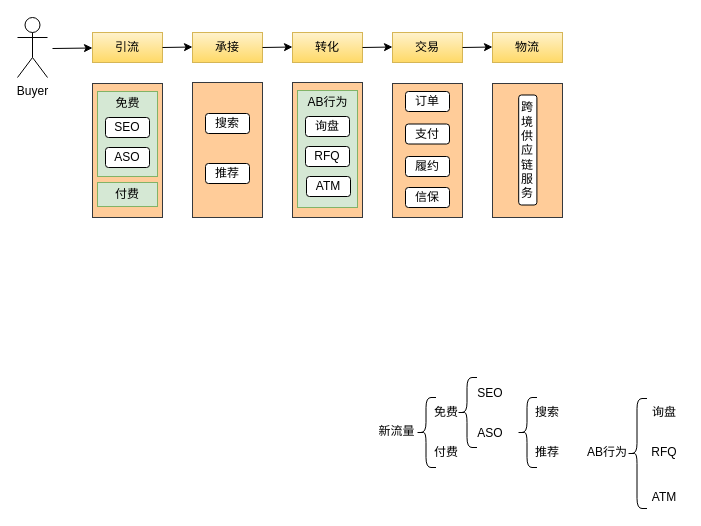
Earlier version of the draw.io diagram ICBU业务1.drawio (kdoclg/git_study). Source tidied: cells renumbered, new cells numbered last; positions are measured from the earlier drawing's top-left corner, leaving out a move shared by most shapes. Both pictures are drawn from the tidied source at 100%, with x=0, y=0 at pixel (17, 17).
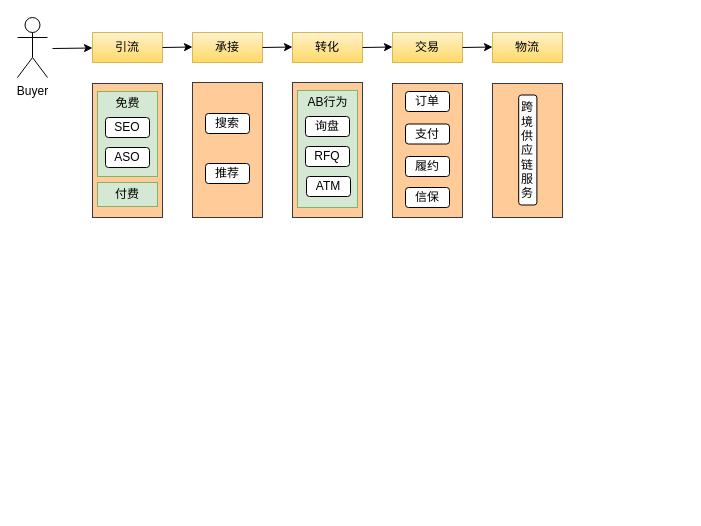
The same page after the edit.

What changed in the source:
```diff
@@
-    <mxCell id="13" style="shape=curlyBracket;whiteSpace=wrap;html=1;rounded=1;labelPosition=left;verticalLabelPosition=middle;align=right;verticalAlign=middle;" parent="1" vertex="1">
-      <mxGeometry x="398.5" y="380" width="20" height="70" as="geometry" />
-    </mxCell>
-    <mxCell id="14" value="免费" style="text;html=1;strokeColor=none;fillColor=none;align=center;verticalAlign=middle;whiteSpace=wrap;rounded=0;" parent="1" vertex="1">
-      <mxGeometry x="398.5" y="380" width="60" height="30" as="geometry" />
-    </mxCell>
-    <mxCell id="15" value="付费" style="text;html=1;strokeColor=none;fillColor=none;align=center;verticalAlign=middle;whiteSpace=wrap;rounded=0;" parent="1" vertex="1">
-      <mxGeometry x="398.5" y="420" width="60" height="30" as="geometry" />
-    </mxCell>
-    <mxCell id="16" value="新流量" style="text;html=1;strokeColor=none;fillColor=none;align=center;verticalAlign=middle;whiteSpace=wrap;rounded=0;" parent="1" vertex="1">
-      <mxGeometry x="353.5" y="403" width="51" height="21" as="geometry" />
-    </mxCell>
-    <mxCell id="17" style="shape=curlyBracket;whiteSpace=wrap;html=1;rounded=1;labelPosition=left;verticalLabelPosition=middle;align=right;verticalAlign=middle;" parent="1" vertex="1">
-      <mxGeometry x="499.5" y="380" width="20" height="70" as="geometry" />
-    </mxCell>
-    <mxCell id="18" value="搜索" style="text;html=1;strokeColor=none;fillColor=none;align=center;verticalAlign=middle;whiteSpace=wrap;rounded=0;" parent="1" vertex="1">
-      <mxGeometry x="499.5" y="380" width="60" height="30" as="geometry" />
-    </mxCell>
-    <mxCell id="19" value="推荐" style="text;html=1;strokeColor=none;fillColor=none;align=center;verticalAlign=middle;whiteSpace=wrap;rounded=0;" parent="1" vertex="1">
-      <mxGeometry x="499.5" y="420" width="60" height="30" as="geometry" />
-    </mxCell>
-    <mxCell id="20" value="AB行为" style="text;html=1;strokeColor=none;fillColor=none;align=center;verticalAlign=middle;whiteSpace=wrap;rounded=0;" parent="1" vertex="1">
-      <mxGeometry x="559.5" y="420" width="60" height="30" as="geometry" />
-    </mxCell>
-    <mxCell id="21" style="shape=curlyBracket;whiteSpace=wrap;html=1;rounded=1;labelPosition=left;verticalLabelPosition=middle;align=right;verticalAlign=middle;" parent="1" vertex="1">
-      <mxGeometry x="609.5" y="381" width="20" height="110" as="geometry" />
-    </mxCell>
-    <mxCell id="22" value="询盘" style="text;html=1;strokeColor=none;fillColor=none;align=center;verticalAlign=middle;whiteSpace=wrap;rounded=0;" parent="1" vertex="1">
-      <mxGeometry x="626.5" y="385" width="40" height="20" as="geometry" />
-    </mxCell>
-    <mxCell id="23" value="RFQ" style="text;html=1;strokeColor=none;fillColor=none;align=center;verticalAlign=middle;whiteSpace=wrap;rounded=0;" parent="1" vertex="1">
-      <mxGeometry x="626.5" y="425" width="40" height="20" as="geometry" />
-    </mxCell>
-    <mxCell id="24" value="ATM" style="text;html=1;strokeColor=none;fillColor=none;align=center;verticalAlign=middle;whiteSpace=wrap;rounded=0;" parent="1" vertex="1">
-      <mxGeometry x="626.5" y="469" width="40" height="22" as="geometry" />
-    </mxCell>
-    <mxCell id="25" style="shape=curlyBracket;whiteSpace=wrap;html=1;rounded=1;labelPosition=left;verticalLabelPosition=middle;align=right;verticalAlign=middle;" parent="1" vertex="1">
-      <mxGeometry x="439.5" y="360" width="20" height="70" as="geometry" />
-    </mxCell>
-    <mxCell id="26" value="SEO" style="text;html=1;strokeColor=none;fillColor=none;align=center;verticalAlign=middle;whiteSpace=wrap;rounded=0;" parent="1" vertex="1">
-      <mxGeometry x="452.5" y="366" width="40" height="20" as="geometry" />
-    </mxCell>
-    <mxCell id="27" value="ASO" style="text;html=1;strokeColor=none;fillColor=none;align=center;verticalAlign=middle;whiteSpace=wrap;rounded=0;" parent="1" vertex="1">
-      <mxGeometry x="452.5" y="406" width="40" height="20" as="geometry" />
-    </mxCell>
```
